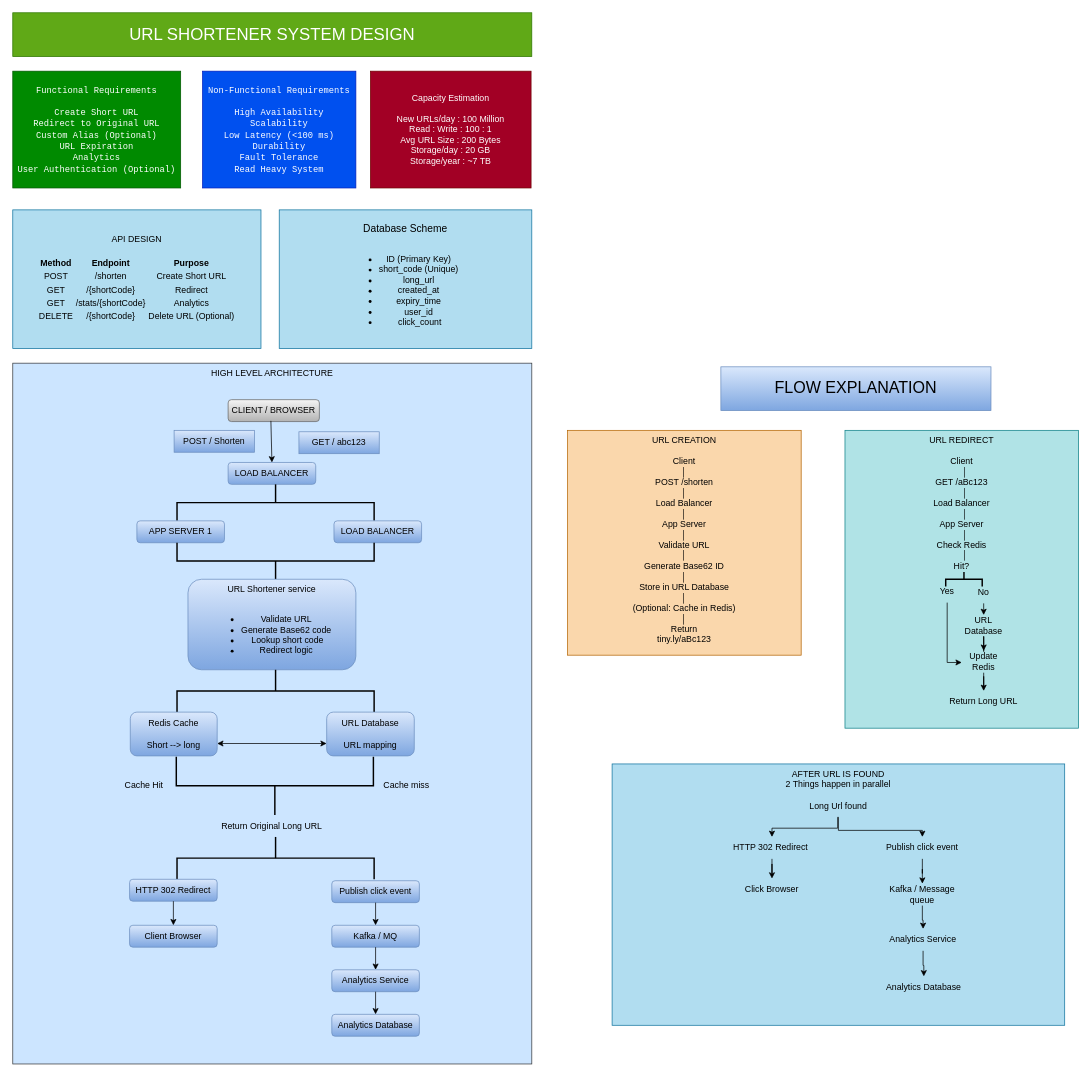
This is Exp_1/URL_Shortener_System_Design.drawio from X0Sh4dE/25MCI10091_SystemDesign, a draw.io file, before an edit. Source tidied: cells renumbered, new cells numbered last; positions are measured from the earlier drawing's top-left corner, leaving out a move shared by most shapes. Both pictures are drawn from the tidied source at 73%, with x=0, y=0 at pixel (12, 12).
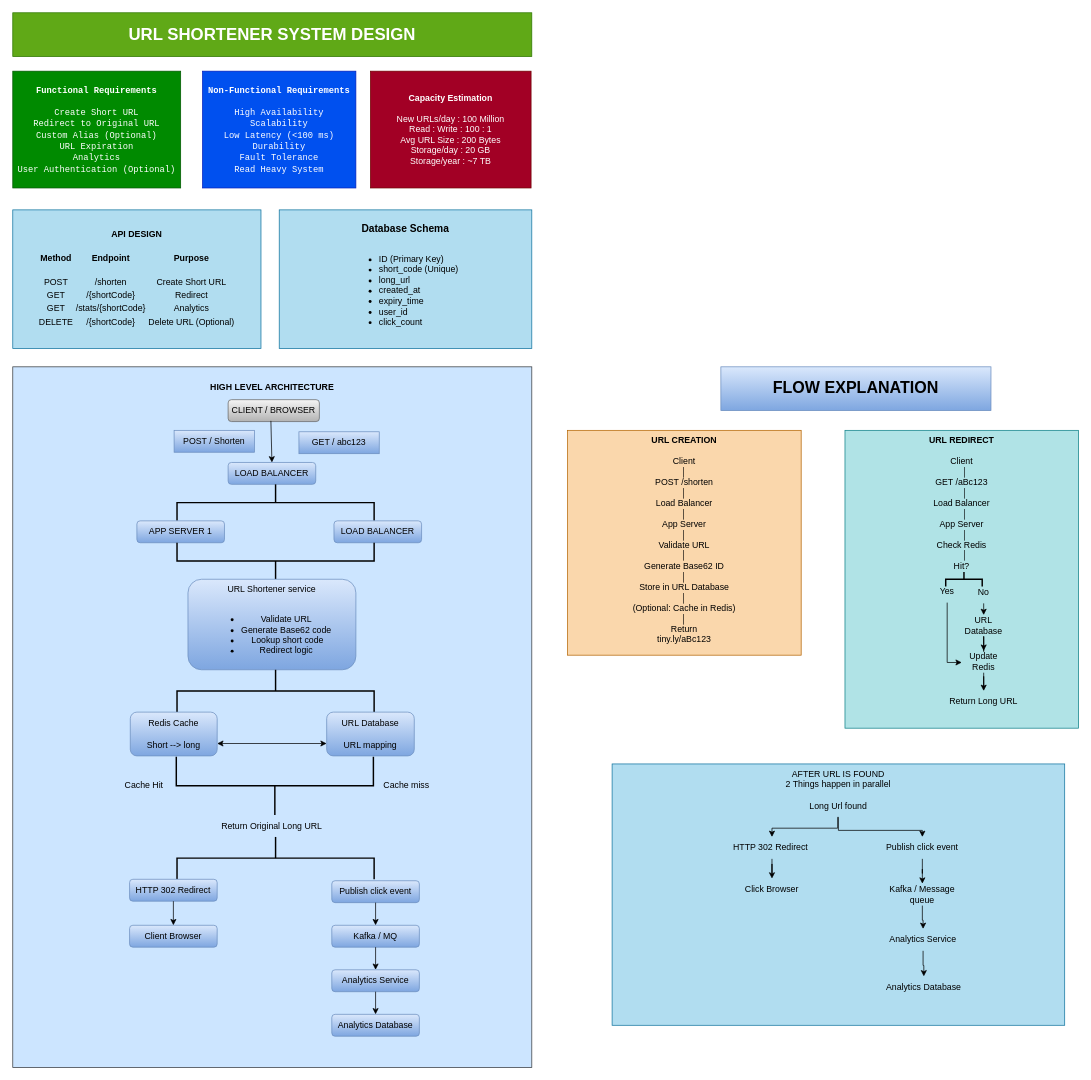
After the change.

Change to the diagram source:
```diff
@@
-    <mxCell id="2" value="&lt;font style=&quot;font-size: 23px;&quot;&gt;URL SHORTENER SYSTEM DESIGN&lt;/font&gt;" style="rounded=0;whiteSpace=wrap;html=1;fillColor=#60a917;fontColor=#ffffff;strokeColor=#2D7600;" parent="1" vertex="1">
+    <mxCell id="2" value="&lt;font style=&quot;font-size: 23px;&quot;&gt;&lt;b&gt;URL SHORTENER SYSTEM DESIGN&lt;/b&gt;&lt;/font&gt;" style="rounded=0;whiteSpace=wrap;html=1;fillColor=#60a917;fontColor=#ffffff;strokeColor=#2D7600;" parent="1" vertex="1">
       <mxGeometry width="711" height="60" as="geometry" />
     </mxCell>
-    <mxCell id="3" value="&lt;pre class=&quot;overflow-visible! px-0!&quot;&gt;&lt;div class=&quot;relative w-full mt-4 mb-1&quot;&gt;&lt;div class=&quot;&quot;&gt;&lt;div class=&quot;contents&quot;&gt;&lt;div class=&quot;relative&quot;&gt;&lt;div class=&quot;h-full min-h-0 min-w-0&quot;&gt;&lt;div class=&quot;h-full min-h-0 min-w-0&quot;&gt;&lt;div class=&quot;border border-token-border-light border-radius-3xl corner-superellipse/1.1 rounded-3xl&quot;&gt;&lt;div class=&quot;h-full w-full border-radius-3xl bg-(--code-block-surface) corner-superellipse/1.1 overflow-clip rounded-3xl [--code-block-surface:var(--bg-elevated-secondary)] dark:[--code-block-surface:var(--composer-surface-primary)] lxnfua_clipPathFallback&quot;&gt;&lt;div class=&quot;relative&quot;&gt;&lt;div class=&quot;pe-11 pt-3&quot;&gt;&lt;div class=&quot;relative z-0 flex max-w-full&quot;&gt;&lt;div id=&quot;code-block-viewer&quot; dir=&quot;ltr&quot; class=&quot;q9tKkq_viewer cm-editor z-10 light:cm-light dark:cm-light flex h-full w-full flex-col items-stretch ͼs ͼ16&quot;&gt;&lt;div class=&quot;cm-scroller&quot;&gt;&lt;pre class=&quot;cm-content q9tKkq_readonly m-0 PDq2pG_selectionAnchorContainer&quot;&gt;&lt;font face=&quot;Times New Roman&quot;&gt;&lt;code&gt;&lt;span&gt;Functional Requirements&lt;br&gt;&lt;br&gt;Create Short URL&lt;br&gt;Redirect to Original URL&lt;br&gt;Custom Alias (Optional)&lt;br&gt;URL Expiration&lt;br&gt;Analytics&lt;br&gt;User Authentication (Optional)&lt;/span&gt;&lt;/code&gt;&lt;span aria-hidden=&quot;true&quot; class=&quot;PDq2pG_selectionAnchor&quot;&gt;&lt;/span&gt;&lt;/font&gt;&lt;/pre&gt;&lt;/div&gt;&lt;/div&gt;&lt;/div&gt;&lt;/div&gt;&lt;/div&gt;&lt;/div&gt;&lt;/div&gt;&lt;/div&gt;&lt;/div&gt;&lt;div class=&quot;&quot;&gt;&lt;div class=&quot;&quot;&gt;&lt;/div&gt;&lt;/div&gt;&lt;/div&gt;&lt;/div&gt;&lt;/div&gt;&lt;/div&gt;&lt;/pre&gt;&lt;font face=&quot;Times New Roman&quot;&gt;&lt;br&gt;&lt;/font&gt;&lt;div&gt;&lt;br&gt;&lt;/div&gt;" style="rounded=0;whiteSpace=wrap;html=1;labelPosition=center;verticalLabelPosition=middle;align=center;verticalAlign=top;fillColor=#008a00;fontColor=#ffffff;strokeColor=#005700;" parent="1" vertex="1">
+    <mxCell id="3" value="&lt;pre class=&quot;overflow-visible! px-0!&quot;&gt;&lt;div class=&quot;relative w-full mt-4 mb-1&quot;&gt;&lt;div class=&quot;&quot;&gt;&lt;div class=&quot;contents&quot;&gt;&lt;div class=&quot;relative&quot;&gt;&lt;div class=&quot;h-full min-h-0 min-w-0&quot;&gt;&lt;div class=&quot;h-full min-h-0 min-w-0&quot;&gt;&lt;div class=&quot;border border-token-border-light border-radius-3xl corner-superellipse/1.1 rounded-3xl&quot;&gt;&lt;div class=&quot;h-full w-full border-radius-3xl bg-(--code-block-surface) corner-superellipse/1.1 overflow-clip rounded-3xl [--code-block-surface:var(--bg-elevated-secondary)] dark:[--code-block-surface:var(--composer-surface-primary)] lxnfua_clipPathFallback&quot;&gt;&lt;div class=&quot;relative&quot;&gt;&lt;div class=&quot;pe-11 pt-3&quot;&gt;&lt;div class=&quot;relative z-0 flex max-w-full&quot;&gt;&lt;div id=&quot;code-block-viewer&quot; dir=&quot;ltr&quot; class=&quot;q9tKkq_viewer cm-editor z-10 light:cm-light dark:cm-light flex h-full w-full flex-col items-stretch ͼs ͼ16&quot;&gt;&lt;div class=&quot;cm-scroller&quot;&gt;&lt;pre class=&quot;cm-content q9tKkq_readonly m-0 PDq2pG_selectionAnchorContainer&quot;&gt;&lt;font face=&quot;Times New Roman&quot;&gt;&lt;code&gt;&lt;span&gt;&lt;b&gt;Functional Requirements&lt;/b&gt;&lt;br&gt;&lt;br&gt;Create Short URL&lt;br&gt;Redirect to Original URL&lt;br&gt;Custom Alias (Optional)&lt;br&gt;URL Expiration&lt;br&gt;Analytics&lt;br&gt;User Authentication (Optional)&lt;/span&gt;&lt;/code&gt;&lt;span aria-hidden=&quot;true&quot; class=&quot;PDq2pG_selectionAnchor&quot;&gt;&lt;/span&gt;&lt;/font&gt;&lt;/pre&gt;&lt;/div&gt;&lt;/div&gt;&lt;/div&gt;&lt;/div&gt;&lt;/div&gt;&lt;/div&gt;&lt;/div&gt;&lt;/div&gt;&lt;/div&gt;&lt;div class=&quot;&quot;&gt;&lt;div class=&quot;&quot;&gt;&lt;/div&gt;&lt;/div&gt;&lt;/div&gt;&lt;/div&gt;&lt;/div&gt;&lt;/div&gt;&lt;/pre&gt;&lt;font face=&quot;Times New Roman&quot;&gt;&lt;br&gt;&lt;/font&gt;&lt;div&gt;&lt;br&gt;&lt;/div&gt;" style="rounded=0;whiteSpace=wrap;html=1;labelPosition=center;verticalLabelPosition=middle;align=center;verticalAlign=top;fillColor=#008a00;fontColor=#ffffff;strokeColor=#005700;" parent="1" vertex="1">
       <mxGeometry y="80" width="230" height="160" as="geometry" />
     </mxCell>
-    <mxCell id="4" value="&lt;pre class=&quot;overflow-visible! px-0!&quot;&gt;&lt;div class=&quot;relative w-full mt-4 mb-1&quot;&gt;&lt;div class=&quot;&quot;&gt;&lt;div class=&quot;contents&quot;&gt;&lt;div class=&quot;relative&quot;&gt;&lt;div class=&quot;h-full min-h-0 min-w-0&quot;&gt;&lt;div class=&quot;h-full min-h-0 min-w-0&quot;&gt;&lt;div class=&quot;border border-token-border-light border-radius-3xl corner-superellipse/1.1 rounded-3xl&quot;&gt;&lt;div class=&quot;h-full w-full border-radius-3xl bg-(--code-block-surface) corner-superellipse/1.1 overflow-clip rounded-3xl [--code-block-surface:var(--bg-elevated-secondary)] dark:[--code-block-surface:var(--composer-surface-primary)] lxnfua_clipPathFallback&quot;&gt;&lt;div class=&quot;relative&quot;&gt;&lt;div class=&quot;pe-11 pt-3&quot;&gt;&lt;div class=&quot;relative z-0 flex max-w-full&quot;&gt;&lt;div id=&quot;code-block-viewer&quot; dir=&quot;ltr&quot; class=&quot;q9tKkq_viewer cm-editor z-10 light:cm-light dark:cm-light flex h-full w-full flex-col items-stretch ͼs ͼ16&quot;&gt;&lt;div class=&quot;cm-scroller&quot;&gt;&lt;pre class=&quot;cm-content q9tKkq_readonly m-0 PDq2pG_selectionAnchorContainer&quot;&gt;&lt;font face=&quot;Times New Roman&quot;&gt;&lt;code&gt;&lt;span&gt;Non-Functional Requirements&lt;br&gt;&lt;br&gt;High Availability&lt;br&gt;Scalability&lt;br&gt;Low Latency (&amp;lt;100 ms)&lt;br&gt;Durability&lt;br&gt;Fault Tolerance&lt;br&gt;Read Heavy System&lt;/span&gt;&lt;/code&gt;&lt;span aria-hidden=&quot;true&quot; class=&quot;PDq2pG_selectionAnchor&quot;&gt;&lt;/span&gt;&lt;/font&gt;&lt;/pre&gt;&lt;/div&gt;&lt;/div&gt;&lt;/div&gt;&lt;/div&gt;&lt;/div&gt;&lt;/div&gt;&lt;/div&gt;&lt;/div&gt;&lt;/div&gt;&lt;div class=&quot;&quot;&gt;&lt;div class=&quot;&quot;&gt;&lt;/div&gt;&lt;/div&gt;&lt;/div&gt;&lt;/div&gt;&lt;/div&gt;&lt;/div&gt;&lt;/pre&gt;&lt;font face=&quot;Times New Roman&quot;&gt;&lt;br&gt;&lt;/font&gt;&lt;div&gt;&lt;br&gt;&lt;/div&gt;" style="rounded=0;whiteSpace=wrap;html=1;fontFamily=Helvetica;fontSize=12;fontColor=#ffffff;fontStyle=0;align=center;verticalAlign=top;fillColor=#0050ef;strokeColor=#001DBC;" parent="1" vertex="1">
+    <mxCell id="4" value="&lt;pre class=&quot;overflow-visible! px-0!&quot;&gt;&lt;div class=&quot;relative w-full mt-4 mb-1&quot;&gt;&lt;div class=&quot;&quot;&gt;&lt;div class=&quot;contents&quot;&gt;&lt;div class=&quot;relative&quot;&gt;&lt;div class=&quot;h-full min-h-0 min-w-0&quot;&gt;&lt;div class=&quot;h-full min-h-0 min-w-0&quot;&gt;&lt;div class=&quot;border border-token-border-light border-radius-3xl corner-superellipse/1.1 rounded-3xl&quot;&gt;&lt;div class=&quot;h-full w-full border-radius-3xl bg-(--code-block-surface) corner-superellipse/1.1 overflow-clip rounded-3xl [--code-block-surface:var(--bg-elevated-secondary)] dark:[--code-block-surface:var(--composer-surface-primary)] lxnfua_clipPathFallback&quot;&gt;&lt;div class=&quot;relative&quot;&gt;&lt;div class=&quot;pe-11 pt-3&quot;&gt;&lt;div class=&quot;relative z-0 flex max-w-full&quot;&gt;&lt;div id=&quot;code-block-viewer&quot; dir=&quot;ltr&quot; class=&quot;q9tKkq_viewer cm-editor z-10 light:cm-light dark:cm-light flex h-full w-full flex-col items-stretch ͼs ͼ16&quot;&gt;&lt;div class=&quot;cm-scroller&quot;&gt;&lt;pre class=&quot;cm-content q9tKkq_readonly m-0 PDq2pG_selectionAnchorContainer&quot;&gt;&lt;font face=&quot;Times New Roman&quot;&gt;&lt;code&gt;&lt;span&gt;&lt;b&gt;Non-Functional Requirements&lt;br&gt;&lt;/b&gt;&lt;br&gt;High Availability&lt;br&gt;Scalability&lt;br&gt;Low Latency (&amp;lt;100 ms)&lt;br&gt;Durability&lt;br&gt;Fault Tolerance&lt;br&gt;Read Heavy System&lt;/span&gt;&lt;/code&gt;&lt;span aria-hidden=&quot;true&quot; class=&quot;PDq2pG_selectionAnchor&quot;&gt;&lt;/span&gt;&lt;/font&gt;&lt;/pre&gt;&lt;/div&gt;&lt;/div&gt;&lt;/div&gt;&lt;/div&gt;&lt;/div&gt;&lt;/div&gt;&lt;/div&gt;&lt;/div&gt;&lt;/div&gt;&lt;div class=&quot;&quot;&gt;&lt;div class=&quot;&quot;&gt;&lt;/div&gt;&lt;/div&gt;&lt;/div&gt;&lt;/div&gt;&lt;/div&gt;&lt;/div&gt;&lt;/pre&gt;&lt;font face=&quot;Times New Roman&quot;&gt;&lt;br&gt;&lt;/font&gt;&lt;div&gt;&lt;br&gt;&lt;/div&gt;" style="rounded=0;whiteSpace=wrap;html=1;fontFamily=Helvetica;fontSize=12;fontColor=#ffffff;fontStyle=0;align=center;verticalAlign=top;fillColor=#0050ef;strokeColor=#001DBC;" parent="1" vertex="1">
       <mxGeometry x="260" y="80" width="210" height="160" as="geometry" />
     </mxCell>
-    <mxCell id="5" value="&lt;font face=&quot;Helvetica&quot;&gt;Capacity Estimation&lt;br&gt;&lt;br&gt;New URLs/day      : 100 Million&lt;br&gt;Read : Write      : 100 : 1&lt;br&gt;Avg URL Size      : 200 Bytes&lt;br&gt;Storage/day       : 20 GB&lt;br&gt;Storage/year      : ~7 TB&lt;/font&gt;" style="rounded=0;whiteSpace=wrap;html=1;fontFamily=Helvetica;fontSize=12;fontColor=#ffffff;fontStyle=0;align=center;verticalAlign=middle;fillColor=#a20025;strokeColor=#6F0000;" parent="1" vertex="1">
+    <mxCell id="5" value="&lt;font face=&quot;Helvetica&quot;&gt;&lt;b&gt;Capacity Estimation&lt;br&gt;&lt;/b&gt;&lt;br&gt;New URLs/day      : 100 Million&lt;br&gt;Read : Write      : 100 : 1&lt;br&gt;Avg URL Size      : 200 Bytes&lt;br&gt;Storage/day       : 20 GB&lt;br&gt;Storage/year      : ~7 TB&lt;/font&gt;" style="rounded=0;whiteSpace=wrap;html=1;fontFamily=Helvetica;fontSize=12;fontColor=#ffffff;fontStyle=0;align=center;verticalAlign=middle;fillColor=#a20025;strokeColor=#6F0000;" parent="1" vertex="1">
       <mxGeometry x="490" y="80" width="220" height="160" as="geometry" />
     </mxCell>
-    <mxCell id="6" value="API DESIGN&lt;div&gt;&lt;br&gt;&lt;div&gt;&lt;table class=&quot;w-fit min-w-(--thread-content-width)&quot;&gt;&lt;thead&gt;&lt;tr&gt;&lt;th class=&quot;last:pe-10&quot;&gt;Method&lt;/th&gt;&lt;th class=&quot;last:pe-10&quot;&gt;Endpoint&lt;/th&gt;&lt;th class=&quot;last:pe-10&quot;&gt;Purpose&lt;/th&gt;&lt;/tr&gt;&lt;/thead&gt;&lt;tbody&gt;&lt;tr&gt;&lt;td&gt;POST&lt;/td&gt;&lt;td&gt;/shorten&lt;/td&gt;&lt;td&gt;Create Short URL&lt;/td&gt;&lt;/tr&gt;&lt;tr&gt;&lt;td&gt;GET&lt;/td&gt;&lt;td&gt;/{shortCode}&lt;/td&gt;&lt;td&gt;Redirect&lt;/td&gt;&lt;/tr&gt;&lt;tr&gt;&lt;td&gt;GET&lt;/td&gt;&lt;td&gt;/stats/{shortCode}&lt;/td&gt;&lt;td&gt;Analytics&lt;/td&gt;&lt;/tr&gt;&lt;tr&gt;&lt;td&gt;DELETE&lt;/td&gt;&lt;td&gt;/{shortCode}&lt;/td&gt;&lt;td&gt;Delete URL (Optional)&lt;/td&gt;&lt;/tr&gt;&lt;/tbody&gt;&lt;/table&gt;&lt;/div&gt;&lt;/div&gt;" style="rounded=0;whiteSpace=wrap;html=1;fillColor=#b1ddf0;strokeColor=#10739e;" parent="1" vertex="1">
+    <mxCell id="6" value="&lt;b&gt;API DESIGN&lt;/b&gt;&lt;div&gt;&lt;br&gt;&lt;div&gt;&lt;table class=&quot;w-fit min-w-(--thread-content-width)&quot;&gt;&lt;thead&gt;&lt;tr&gt;&lt;th class=&quot;last:pe-10&quot;&gt;Method&lt;br&gt;&lt;br&gt;&lt;/th&gt;&lt;th class=&quot;last:pe-10&quot;&gt;Endpoint&lt;br&gt;&lt;br&gt;&lt;/th&gt;&lt;th class=&quot;last:pe-10&quot;&gt;Purpose&lt;br&gt;&lt;br&gt;&lt;/th&gt;&lt;/tr&gt;&lt;/thead&gt;&lt;tbody&gt;&lt;tr&gt;&lt;td&gt;POST&lt;/td&gt;&lt;td&gt;/shorten&lt;/td&gt;&lt;td&gt;Create Short URL&lt;/td&gt;&lt;/tr&gt;&lt;tr&gt;&lt;td&gt;GET&lt;/td&gt;&lt;td&gt;/{shortCode}&lt;/td&gt;&lt;td&gt;Redirect&lt;/td&gt;&lt;/tr&gt;&lt;tr&gt;&lt;td&gt;GET&lt;/td&gt;&lt;td&gt;/stats/{shortCode}&lt;/td&gt;&lt;td&gt;Analytics&lt;/td&gt;&lt;/tr&gt;&lt;tr&gt;&lt;td&gt;DELETE&lt;/td&gt;&lt;td&gt;/{shortCode}&lt;/td&gt;&lt;td&gt;Delete URL (Optional)&lt;/td&gt;&lt;/tr&gt;&lt;/tbody&gt;&lt;/table&gt;&lt;/div&gt;&lt;/div&gt;" style="rounded=0;whiteSpace=wrap;html=1;fillColor=#b1ddf0;strokeColor=#10739e;" parent="1" vertex="1">
       <mxGeometry y="270" width="340" height="190" as="geometry" />
     </mxCell>
-    <mxCell id="7" value="&lt;span style=&quot;background-color: transparent; color: light-dark(rgb(0, 0, 0), rgb(255, 255, 255));&quot;&gt;&lt;font style=&quot;font-size: 14px;&quot;&gt;Database Scheme&lt;/font&gt;&lt;/span&gt;&lt;br&gt;&lt;br&gt;&lt;ul&gt;&lt;li&gt;&lt;span style=&quot;background-color: transparent; color: light-dark(rgb(0, 0, 0), rgb(255, 255, 255));&quot;&gt;ID (Primary Key)&amp;nbsp;&lt;/span&gt;&lt;/li&gt;&lt;li&gt;&lt;span style=&quot;background-color: transparent; color: light-dark(rgb(0, 0, 0), rgb(255, 255, 255));&quot;&gt;short_code (Unique)&amp;nbsp;&lt;/span&gt;&lt;/li&gt;&lt;li&gt;&lt;span style=&quot;background-color: transparent; color: light-dark(rgb(0, 0, 0), rgb(255, 255, 255));&quot;&gt;long_url&amp;nbsp;&lt;/span&gt;&lt;/li&gt;&lt;li&gt;&lt;span style=&quot;background-color: transparent; color: light-dark(rgb(0, 0, 0), rgb(255, 255, 255));&quot;&gt;created_at&amp;nbsp;&lt;/span&gt;&lt;/li&gt;&lt;li&gt;&lt;span style=&quot;background-color: transparent; color: light-dark(rgb(0, 0, 0), rgb(255, 255, 255));&quot;&gt;expiry_time&amp;nbsp;&lt;/span&gt;&lt;/li&gt;&lt;li&gt;&lt;span style=&quot;background-color: transparent; color: light-dark(rgb(0, 0, 0), rgb(255, 255, 255));&quot;&gt;user_id&amp;nbsp;&lt;/span&gt;&lt;/li&gt;&lt;li&gt;&lt;span style=&quot;background-color: transparent; color: light-dark(rgb(0, 0, 0), rgb(255, 255, 255));&quot;&gt;click_count&lt;/span&gt;&lt;/li&gt;&lt;/ul&gt;" style="rounded=0;whiteSpace=wrap;html=1;fillColor=#b1ddf0;strokeColor=#10739e;" parent="1" vertex="1">
+    <mxCell id="7" value="&lt;span style=&quot;background-color: transparent; color: light-dark(rgb(0, 0, 0), rgb(255, 255, 255));&quot;&gt;&lt;font style=&quot;font-size: 14px;&quot;&gt;&lt;b&gt;Database Schema&lt;/b&gt;&lt;/font&gt;&lt;/span&gt;&lt;br&gt;&lt;br&gt;&lt;ul&gt;&lt;li style=&quot;text-align: left;&quot;&gt;&lt;span style=&quot;background-color: transparent; color: light-dark(rgb(0, 0, 0), rgb(255, 255, 255));&quot;&gt;ID (Primary Key)&amp;nbsp;&lt;/span&gt;&lt;/li&gt;&lt;li style=&quot;text-align: left;&quot;&gt;&lt;span style=&quot;background-color: transparent; color: light-dark(rgb(0, 0, 0), rgb(255, 255, 255));&quot;&gt;short_code (Unique)&amp;nbsp;&lt;/span&gt;&lt;/li&gt;&lt;li style=&quot;text-align: left;&quot;&gt;&lt;span style=&quot;background-color: transparent; color: light-dark(rgb(0, 0, 0), rgb(255, 255, 255));&quot;&gt;long_url&amp;nbsp;&lt;/span&gt;&lt;/li&gt;&lt;li style=&quot;text-align: left;&quot;&gt;&lt;span style=&quot;background-color: transparent; color: light-dark(rgb(0, 0, 0), rgb(255, 255, 255));&quot;&gt;created_at&amp;nbsp;&lt;/span&gt;&lt;/li&gt;&lt;li style=&quot;text-align: left;&quot;&gt;&lt;span style=&quot;background-color: transparent; color: light-dark(rgb(0, 0, 0), rgb(255, 255, 255));&quot;&gt;expiry_time&amp;nbsp;&lt;/span&gt;&lt;/li&gt;&lt;li style=&quot;text-align: left;&quot;&gt;&lt;span style=&quot;background-color: transparent; color: light-dark(rgb(0, 0, 0), rgb(255, 255, 255));&quot;&gt;user_id&amp;nbsp;&lt;/span&gt;&lt;/li&gt;&lt;li style=&quot;text-align: left;&quot;&gt;&lt;span style=&quot;background-color: transparent; color: light-dark(rgb(0, 0, 0), rgb(255, 255, 255));&quot;&gt;click_count&lt;/span&gt;&lt;/li&gt;&lt;/ul&gt;" style="rounded=0;whiteSpace=wrap;html=1;fillColor=#b1ddf0;strokeColor=#10739e;" parent="1" vertex="1">
       <mxGeometry x="365" y="270" width="346" height="190" as="geometry" />
     </mxCell>
-    <mxCell id="8" value="HIGH LEVEL ARCHITECTURE" style="rounded=0;whiteSpace=wrap;html=1;align=center;verticalAlign=top;fillColor=#cce5ff;strokeColor=#36393d;" parent="1" vertex="1">
-      <mxGeometry y="480" width="711" height="960" as="geometry" />
+    <mxCell id="8" value="&lt;div&gt;&lt;b&gt;&lt;br&gt;&lt;/b&gt;&lt;/div&gt;&lt;b&gt;HIGH LEVEL ARCHITECTURE&lt;/b&gt;" style="rounded=0;whiteSpace=wrap;html=1;align=center;verticalAlign=top;fillColor=#cce5ff;strokeColor=#36393d;" parent="1" vertex="1">
+      <mxGeometry y="485" width="711" height="960" as="geometry" />
     </mxCell>
@@
-    <mxCell id="38" value="&lt;font style=&quot;font-size: 22px;&quot;&gt;FLOW EXPLANATION&lt;/font&gt;" style="whiteSpace=wrap;html=1;fillColor=#dae8fc;gradientColor=#7ea6e0;strokeColor=#6c8ebf;" parent="1" vertex="1">
+    <mxCell id="38" value="&lt;font style=&quot;font-size: 22px;&quot;&gt;&lt;b&gt;FLOW EXPLANATION&lt;/b&gt;&lt;/font&gt;" style="whiteSpace=wrap;html=1;fillColor=#dae8fc;gradientColor=#7ea6e0;strokeColor=#6c8ebf;" parent="1" vertex="1">
       <mxGeometry x="970" y="485" width="370" height="60" as="geometry" />
     </mxCell>
-    <mxCell id="39" value="URL CREATION&lt;div&gt;&lt;br&gt;&lt;/div&gt;&lt;div&gt;Client&lt;br/&gt;   │&lt;br/&gt;POST /shorten&lt;br/&gt;   │&lt;br/&gt;Load Balancer&lt;br/&gt;   │&lt;br/&gt;App Server&lt;br/&gt;   │&lt;br/&gt;Validate URL&lt;br/&gt;   │&lt;br/&gt;Generate Base62 ID&lt;br/&gt;   │&lt;br/&gt;Store in URL Database&lt;br/&gt;   │&lt;br/&gt;(Optional: Cache in Redis)&lt;br/&gt;   │&lt;br/&gt;Return&lt;br/&gt;tiny.ly/aBc123&lt;/div&gt;" style="rounded=0;whiteSpace=wrap;html=1;align=center;verticalAlign=top;fillColor=#fad7ac;strokeColor=#b46504;" parent="1" vertex="1">
+    <mxCell id="39" value="&lt;b&gt;URL CREATION&lt;/b&gt;&lt;div&gt;&lt;br&gt;&lt;/div&gt;&lt;div&gt;Client&lt;br&gt;   │&lt;br&gt;POST /shorten&lt;br&gt;   │&lt;br&gt;Load Balancer&lt;br&gt;   │&lt;br&gt;App Server&lt;br&gt;   │&lt;br&gt;Validate URL&lt;br&gt;   │&lt;br&gt;Generate Base62 ID&lt;br&gt;   │&lt;br&gt;Store in URL Database&lt;br&gt;   │&lt;br&gt;(Optional: Cache in Redis)&lt;br&gt;   │&lt;br&gt;Return&lt;br&gt;tiny.ly/aBc123&lt;/div&gt;" style="rounded=0;whiteSpace=wrap;html=1;align=center;verticalAlign=top;fillColor=#fad7ac;strokeColor=#b46504;" parent="1" vertex="1">
       <mxGeometry x="760" y="572" width="320" height="308" as="geometry" />
     </mxCell>
-    <mxCell id="40" value="URL REDIRECT&lt;div&gt;&lt;br&gt;&lt;/div&gt;&lt;div&gt;&lt;div&gt;Client&lt;/div&gt;&lt;div&gt;&amp;nbsp; &amp;nbsp;│&lt;/div&gt;&lt;div&gt;GET /aBc123&lt;/div&gt;&lt;div&gt;&amp;nbsp; &amp;nbsp;│&lt;/div&gt;&lt;div&gt;Load Balancer&lt;/div&gt;&lt;div&gt;&amp;nbsp; &amp;nbsp;│&lt;/div&gt;&lt;div&gt;App Server&lt;/div&gt;&lt;div&gt;&amp;nbsp; &amp;nbsp;│&lt;/div&gt;&lt;div&gt;Check Redis&lt;/div&gt;&lt;div&gt;&amp;nbsp; &amp;nbsp;│&lt;/div&gt;&lt;div&gt;Hit?&lt;/div&gt;&lt;/div&gt;&lt;div&gt;&lt;br&gt;&lt;/div&gt;" style="rounded=0;whiteSpace=wrap;html=1;align=center;verticalAlign=top;fillColor=#b0e3e6;strokeColor=#0e8088;" parent="1" vertex="1">
+    <mxCell id="40" value="&lt;b&gt;URL REDIRECT&lt;/b&gt;&lt;div&gt;&lt;br&gt;&lt;/div&gt;&lt;div&gt;&lt;div&gt;Client&lt;/div&gt;&lt;div&gt;&amp;nbsp; &amp;nbsp;│&lt;/div&gt;&lt;div&gt;GET /aBc123&lt;/div&gt;&lt;div&gt;&amp;nbsp; &amp;nbsp;│&lt;/div&gt;&lt;div&gt;Load Balancer&lt;/div&gt;&lt;div&gt;&amp;nbsp; &amp;nbsp;│&lt;/div&gt;&lt;div&gt;App Server&lt;/div&gt;&lt;div&gt;&amp;nbsp; &amp;nbsp;│&lt;/div&gt;&lt;div&gt;Check Redis&lt;/div&gt;&lt;div&gt;&amp;nbsp; &amp;nbsp;│&lt;/div&gt;&lt;div&gt;Hit?&lt;/div&gt;&lt;/div&gt;&lt;div&gt;&lt;br&gt;&lt;/div&gt;" style="rounded=0;whiteSpace=wrap;html=1;align=center;verticalAlign=top;fillColor=#b0e3e6;strokeColor=#0e8088;" parent="1" vertex="1">
       <mxGeometry x="1140" y="572" width="320" height="408" as="geometry" />
     </mxCell>
```
